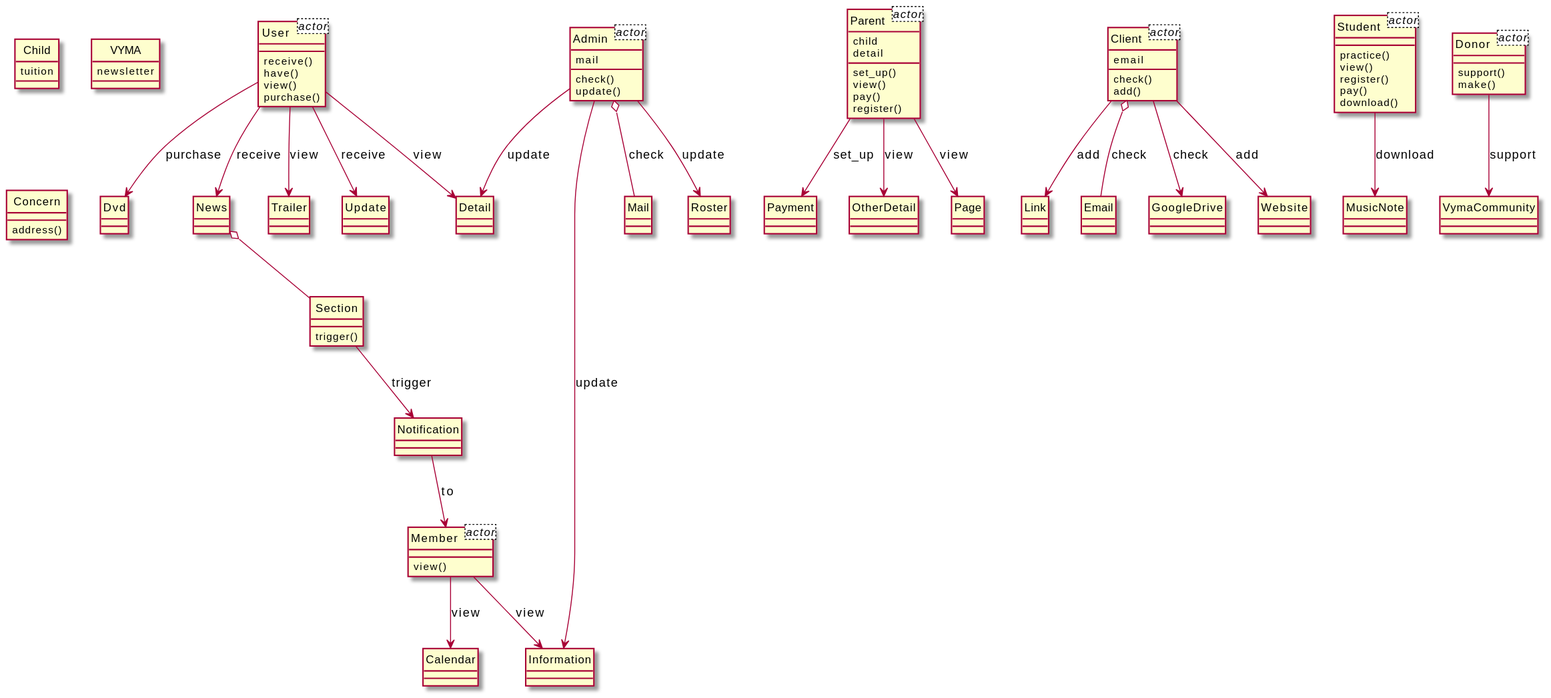
The PlantUML diagram output/diagram_5/2016-USC-Project02.svg in xixixhalu/DomainModelExtractor, before a commit.
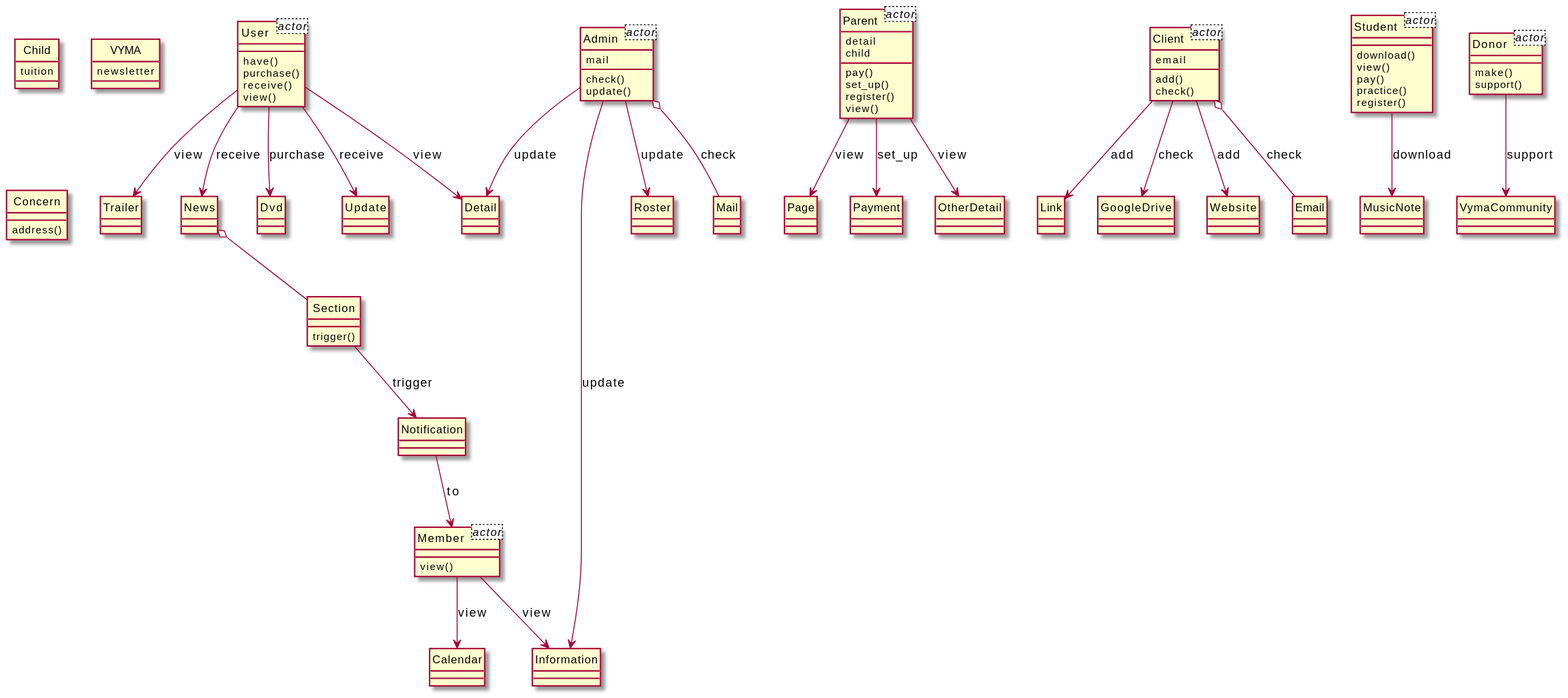
After the change.

Change to the diagram source:
```diff
@@ -3,8 +3,8 @@
 class User<actor> {
 }
 class Parent<actor> {
+	detail
 	child
-	detail
 }
 class Client<actor> {
 	email
@@ -27,102 +27,102 @@
 class Section {
 	trigger()
 }
-class Member {
+class User {
+	have()
+	purchase()
+	receive()
 	view()
 }
-class Information {
+class Dvd {
 }
-class Parent {
-	set_up()
+class Student {
+	download()
 	view()
 	pay()
+	practice()
 	register()
-}
-class Payment {
-}
-class Student {
-	practice()
-	view()
-	register()
-	pay()
-	download()
 }
 class Admin {
 	check()
 	update()
 }
+class Information {
+}
+class Trailer {
+}
+class Roster {
+}
+class Member {
+	view()
+}
 class Client {
+	add()
 	check()
-	add()
 }
 class Link {
 }
-class User {
-	receive()
-	have()
+class Parent {
+	pay()
+	set_up()
+	register()
 	view()
-	purchase()
 }
-class Mail {
+class Page {
 }
 class Calendar {
 }
-class Dvd {
-}
-class OtherDetail {
-}
-class Roster {
-}
-class News {
-}
-class Trailer {
-}
-class Concern {
-	address()
-}
-class Update {
-}
-class Detail {
-}
-class Notification {
-}
-class MusicNote {
-}
-class Page {
-}
-class Email {
+class Payment {
 }
 class Donor {
+	make()
 	support()
-	make()
 }
 class VymaCommunity {
 }
 class GoogleDrive {
 }
+class Detail {
+}
+class Update {
+}
+class OtherDetail {
+}
 class Website {
 }
+class Notification {
+}
+class News {
+}
+class Email {
+}
+class MusicNote {
+}
+class Mail {
+}
+class Concern {
+	address()
+}
+Admin o-- Mail : check
+Notification --> Member : to
+User --> Dvd : purchase
+News o-- Section
+Admin --> Information : update
+User --> Detail : view
+User --> Trailer : view
+Admin --> Detail : update
+Admin --> Roster : update
+User --> Update : receive
+Member --> Information : view
+Parent --> OtherDetail : view
 Client --> Website : add
-Notification --> Member : to
-Member --> Information : view
-News o-- Section
+Client --> Link : add
+Section --> Notification : trigger
+Parent --> Page : view
+User --> News : receive
+Member --> Calendar : view
+Client o-- Email : check
 Parent --> Payment : set_up
-Admin --> Information : update
-User --> Update : receive
-User --> Detail : view
-Client --> Link : add
-User --> Trailer : view
-Section --> Notification : trigger
-Admin o-- Mail : check
+Client --> GoogleDrive : check
 Student --> MusicNote : download
-Member --> Calendar : view
-Parent --> Page : view
-User --> Dvd : purchase
-Client o-- Email : check
-Admin --> Detail : update
-Parent --> OtherDetail : view
 Donor --> VymaCommunity : support
-Admin --> Roster : update
-Client --> GoogleDrive : check
-User --> News : receive
 @enduml
```
